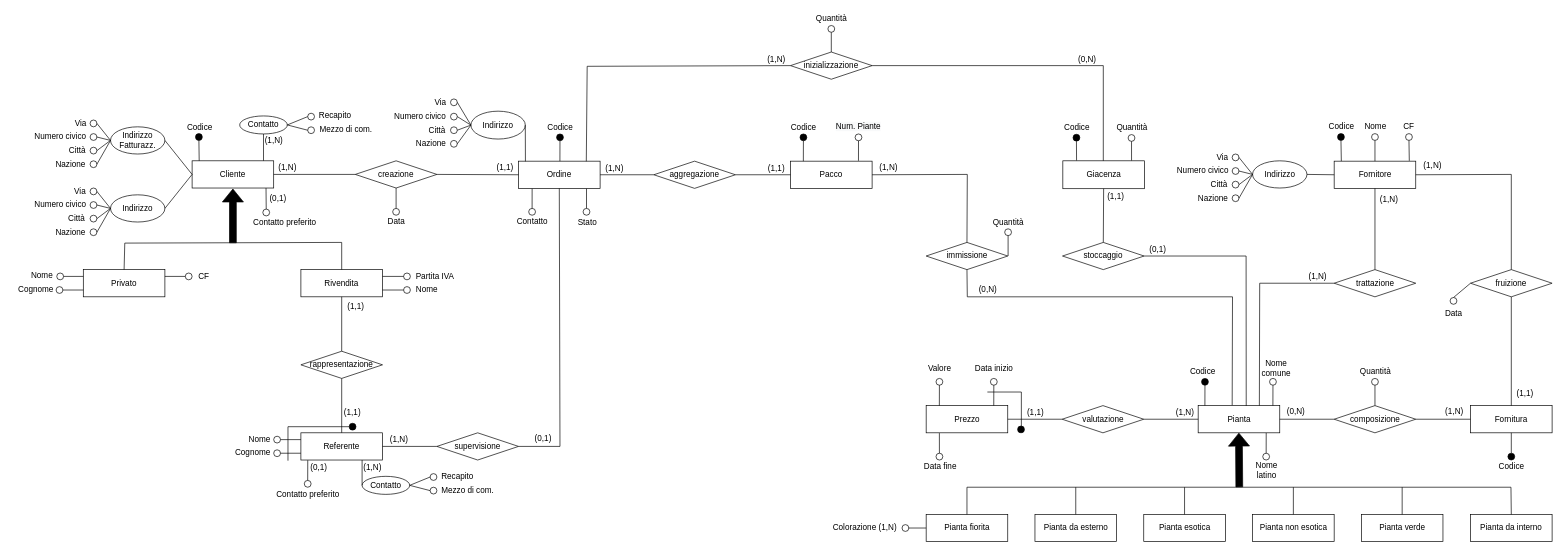
Above: ER-diagrams/ER-master.drawio in nic-agos/Verde-S.R.L (draw.io), before the change. Source tidied: cells renumbered, new cells numbered last; positions are measured from the earlier drawing's top-left corner, leaving out a move shared by most shapes. Both pictures are drawn from the tidied source at 68%, with x=0, y=0 at pixel (12, 12).
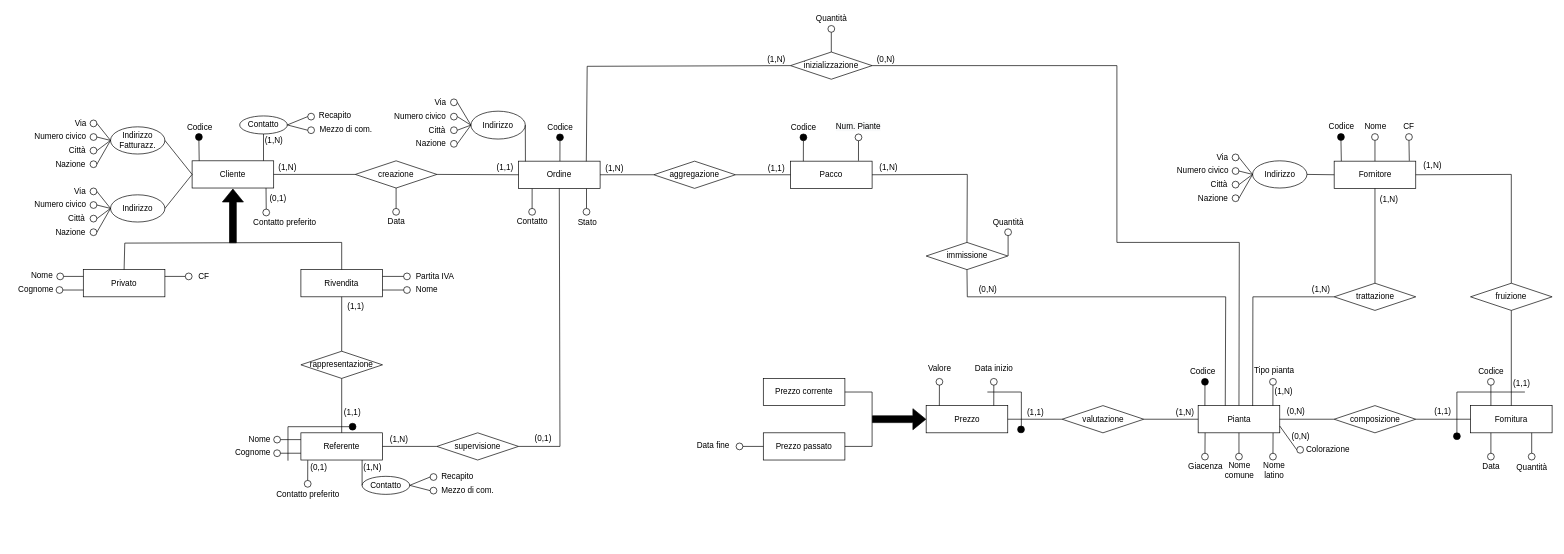
After the change.

The change refers to these unchanged cells:
```xml
<mxCell id="90" value="immissione" style="rhombus;whiteSpace=wrap;html=1;" parent="1" vertex="1">
  <mxGeometry x="1344.5" y="339" width="120" height="40" as="geometry" />
</mxCell>
<mxCell id="98" value="inizializzazione" style="rhombus;whiteSpace=wrap;html=1;" parent="1" vertex="1">
  <mxGeometry x="1145" y="59" width="120" height="40" as="geometry" />
</mxCell>
<mxCell id="136" value="Pianta" style="rounded=0;whiteSpace=wrap;html=1;strokeWidth=1;perimeterSpacing=0;" parent="1" vertex="1">
  <mxGeometry x="1744.5" y="579" width="120" height="40" as="geometry" />
</mxCell>
<mxCell id="158" value="Prezzo" style="rounded=0;whiteSpace=wrap;html=1;strokeWidth=1;perimeterSpacing=0;" parent="1" vertex="1">
  <mxGeometry x="1344.5" y="579" width="120" height="40" as="geometry" />
</mxCell>
<mxCell id="189" value="Fornitura" style="rounded=0;whiteSpace=wrap;html=1;strokeWidth=1;perimeterSpacing=0;" parent="1" vertex="1">
  <mxGeometry x="2145" y="579" width="120" height="40" as="geometry" />
</mxCell>
<mxCell id="191" value="composizione" style="rhombus;whiteSpace=wrap;html=1;" parent="1" vertex="1">
  <mxGeometry x="1944.5" y="579" width="120" height="40" as="geometry" />
</mxCell>
```

The edit, as a diff of the source:
```diff
@@
-    <mxCell id="92" style="endArrow=none;html=1;rounded=0;exitX=0.5;exitY=1;exitDx=0;exitDy=0;entryX=0.417;entryY=-0.008;entryDx=0;entryDy=0;entryPerimeter=0;" parent="1" edge="1" source="90" target="136">
+    <mxCell id="92" style="endArrow=none;html=1;rounded=0;exitX=0.5;exitY=1;exitDx=0;exitDy=0;entryX=0.332;entryY=0.029;entryDx=0;entryDy=0;entryPerimeter=0;" parent="1" edge="1" source="90" target="136">
       <mxGeometry relative="1" as="geometry">
         <Array as="points">
           <mxPoint x="1405" y="419" />
-          <mxPoint x="1795" y="419" />
+          <mxPoint x="1785" y="419" />
         </Array>
       </mxGeometry>
     </mxCell>
@@
-    <mxCell id="113" style="endArrow=none;html=1;rounded=0;exitX=1;exitY=0.5;exitDx=0;exitDy=0;entryX=0.5;entryY=0;entryDx=0;entryDy=0;" parent="1" edge="1" source="98">
+    <mxCell id="113" style="endArrow=none;html=1;rounded=0;exitX=1;exitY=0.5;exitDx=0;exitDy=0;entryX=0.5;entryY=0;entryDx=0;entryDy=0;" parent="1" edge="1" source="98" target="136">
       <mxGeometry relative="1" as="geometry">
-        <mxPoint x="1605" y="219.5" as="targetPoint" />
         <Array as="points">
-          <mxPoint x="1605" y="79" />
+          <mxPoint x="1625" y="79" />
+          <mxPoint x="1625" y="339" />
+          <mxPoint x="1805" y="339" />
         </Array>
       </mxGeometry>
     </mxCell>
@@
     <mxCell id="130" value="(0,N)" style="text;html=1;align=center;verticalAlign=middle;strokeColor=none;fillColor=none;" parent="1" vertex="1">
-      <mxGeometry x="1560.5" y="60" width="40" height="20" as="geometry" />
+      <mxGeometry x="1265" y="60" width="40" height="20" as="geometry" />
     </mxCell>
@@
-    <mxCell id="133" value="Pianta da interno" style="rounded=0;whiteSpace=wrap;html=1;strokeWidth=1;perimeterSpacing=0;" parent="1" vertex="1">
-      <mxGeometry x="2145" y="739" width="120" height="40" as="geometry" />
-    </mxCell>
-    <mxCell id="134" value="Pianta da esterno" style="rounded=0;whiteSpace=wrap;html=1;strokeWidth=1;perimeterSpacing=0;" parent="1" vertex="1">
-      <mxGeometry x="1504.5" y="739" width="120" height="40" as="geometry" />
-    </mxCell>
-    <mxCell id="135" value="Pianta esotica" style="rounded=0;whiteSpace=wrap;html=1;strokeWidth=1;perimeterSpacing=0;" parent="1" vertex="1">
-      <mxGeometry x="1664.5" y="739" width="120" height="40" as="geometry" />
-    </mxCell>
@@
-    <mxCell id="137" value="Pianta non esotica" style="rounded=0;whiteSpace=wrap;html=1;strokeWidth=1;perimeterSpacing=0;" parent="1" vertex="1">
-      <mxGeometry x="1824.5" y="739" width="120" height="40" as="geometry" />
-    </mxCell>
-    <mxCell id="138" value="Pianta verde" style="rounded=0;whiteSpace=wrap;html=1;strokeWidth=1;perimeterSpacing=0;" parent="1" vertex="1">
-      <mxGeometry x="1984.5" y="739" width="120" height="40" as="geometry" />
-    </mxCell>
-    <mxCell id="139" value="Pianta fiorita" style="rounded=0;whiteSpace=wrap;html=1;strokeWidth=1;perimeterSpacing=0;" parent="1" vertex="1">
-      <mxGeometry x="1344.5" y="739" width="120" height="40" as="geometry" />
-    </mxCell>
-    <mxCell id="140" style="endArrow=none;html=1;rounded=0;" parent="1" edge="1">
-      <mxGeometry relative="1" as="geometry">
-        <mxPoint x="1404.5" y="699" as="sourcePoint" />
-        <mxPoint x="2204.5" y="699" as="targetPoint" />
-      </mxGeometry>
-    </mxCell>
-    <mxCell id="141" style="endArrow=none;html=1;rounded=0;exitX=0.5;exitY=0;exitDx=0;exitDy=0;" parent="1" edge="1" source="133">
-      <mxGeometry relative="1" as="geometry">
-        <mxPoint x="2204.5" y="699" as="targetPoint" />
-      </mxGeometry>
-    </mxCell>
-    <mxCell id="142" style="endArrow=none;html=1;rounded=0;exitX=0.5;exitY=0;exitDx=0;exitDy=0;" parent="1" edge="1" source="138">
-      <mxGeometry relative="1" as="geometry">
-        <mxPoint x="2044.5" y="699" as="targetPoint" />
-      </mxGeometry>
-    </mxCell>
-    <mxCell id="143" style="endArrow=none;html=1;rounded=0;exitX=0.5;exitY=0;exitDx=0;exitDy=0;" parent="1" edge="1" source="137">
-      <mxGeometry relative="1" as="geometry">
-        <mxPoint x="1884.5" y="699" as="targetPoint" />
-      </mxGeometry>
-    </mxCell>
-    <mxCell id="144" style="endArrow=none;html=1;rounded=0;exitX=0.5;exitY=0;exitDx=0;exitDy=0;" parent="1" edge="1" source="135">
-      <mxGeometry relative="1" as="geometry">
-        <mxPoint x="1724.5" y="699" as="targetPoint" />
-      </mxGeometry>
-    </mxCell>
-    <mxCell id="145" style="endArrow=none;html=1;rounded=0;exitX=0.5;exitY=0;exitDx=0;exitDy=0;" parent="1" edge="1" source="134">
-      <mxGeometry relative="1" as="geometry">
-        <mxPoint x="1564.5" y="699" as="targetPoint" />
-      </mxGeometry>
-    </mxCell>
-    <mxCell id="146" style="endArrow=none;html=1;rounded=0;exitX=0.5;exitY=0;exitDx=0;exitDy=0;" parent="1" edge="1" source="139">
-      <mxGeometry relative="1" as="geometry">
-        <mxPoint x="1404.5" y="699" as="targetPoint" />
-      </mxGeometry>
-    </mxCell>
-    <mxCell id="147" style="shape=flexArrow;endArrow=classic;html=1;rounded=0;fillColor=#000000;" parent="1" edge="1">
+    <mxCell id="147" style="shape=flexArrow;endArrow=classic;html=1;rounded=0;fillColor=#000000;entryX=0;entryY=0.5;entryDx=0;entryDy=0;" parent="1" edge="1" target="158">
       <mxGeometry relative="1" as="geometry">
-        <mxPoint x="1805" y="699" as="sourcePoint" />
-        <mxPoint x="1804.4" y="619" as="targetPoint" />
+        <mxPoint x="1265" y="599" as="sourcePoint" />
       </mxGeometry>
     </mxCell>
@@
     <mxCell id="151" value="Nome &lt;br&gt;latino" style="text;html=1;align=center;verticalAlign=middle;strokeColor=none;fillColor=none;" parent="1" vertex="1">
-      <mxGeometry x="1819.5" y="659" width="50" height="30" as="geometry" />
+      <mxGeometry x="1830.5" y="659" width="50" height="30" as="geometry" />
     </mxCell>
@@
     <mxCell id="154" value="Nome &lt;br&gt;comune" style="text;html=1;align=center;verticalAlign=middle;strokeColor=none;fillColor=none;" parent="1" vertex="1">
-      <mxGeometry x="1828.5" y="509" width="60" height="30" as="geometry" />
+      <mxGeometry x="1775" y="659" width="60" height="30" as="geometry" />
     </mxCell>
-    <mxCell id="155" style="endArrow=none;html=1;rounded=0;fillColor=#000000;exitX=0;exitY=0.5;exitDx=0;exitDy=0;entryX=1;entryY=0.5;entryDx=0;entryDy=0;" parent="1" edge="1" source="139" target="156">
-      <mxGeometry relative="1" as="geometry" />
-    </mxCell>
-    <mxCell id="156" style="ellipse;whiteSpace=wrap;html=1;strokeWidth=1;fillColor=none;" parent="1" vertex="1">
-      <mxGeometry x="1309" y="754" width="10" height="10" as="geometry" />
-    </mxCell>
-    <mxCell id="157" value="Colorazione (1,N)" style="text;html=1;align=center;verticalAlign=middle;strokeColor=none;fillColor=none;" parent="1" vertex="1">
-      <mxGeometry x="1199" y="748" width="110" height="20" as="geometry" />
-    </mxCell>
@@
     <mxCell id="190" value="fruizione" style="rhombus;whiteSpace=wrap;html=1;" parent="1" vertex="1">
-      <mxGeometry x="2145" y="379" width="120" height="40" as="geometry" />
+      <mxGeometry x="2145" y="399" width="120" height="40" as="geometry" />
     </mxCell>
@@
     <mxCell id="192" value="trattazione" style="rhombus;whiteSpace=wrap;html=1;" parent="1" vertex="1">
-      <mxGeometry x="1944.5" y="379" width="120" height="40" as="geometry" />
+      <mxGeometry x="1944.5" y="399" width="120" height="40" as="geometry" />
     </mxCell>
-    <mxCell id="193" style="ellipse;whiteSpace=wrap;html=1;strokeWidth=1;fillColor=none;" parent="1" vertex="1">
-      <mxGeometry x="1839.5" y="649" width="10" height="10" as="geometry" />
-    </mxCell>
-    <mxCell id="194" style="endArrow=none;html=1;rounded=0;exitX=0.5;exitY=0;exitDx=0;exitDy=0;entryX=0.834;entryY=1.004;entryDx=0;entryDy=0;entryPerimeter=0;" parent="1" edge="1" source="193" target="136">
-      <mxGeometry relative="1" as="geometry" />
-    </mxCell>
@@
-    <mxCell id="200" style="endArrow=none;html=1;rounded=0;entryX=0;entryY=0.5;entryDx=0;entryDy=0;exitX=0.75;exitY=0;exitDx=0;exitDy=0;" parent="1" edge="1" source="136" target="192">
+    <mxCell id="200" style="endArrow=none;html=1;rounded=0;entryX=0;entryY=0.5;entryDx=0;entryDy=0;exitX=0.668;exitY=0.012;exitDx=0;exitDy=0;exitPerimeter=0;" parent="1" edge="1" source="136" target="192">
       <mxGeometry relative="1" as="geometry">
         <Array as="points">
-          <mxPoint x="1835" y="399" />
+          <mxPoint x="1825" y="419" />
         </Array>
       </mxGeometry>
     </mxCell>
@@
     <mxCell id="216" value="(1,N)" style="text;html=1;align=center;verticalAlign=middle;strokeColor=none;fillColor=none;" parent="1" vertex="1">
-      <mxGeometry x="1900" y="379" width="40" height="20" as="geometry" />
+      <mxGeometry x="1904.5" y="399" width="40" height="20" as="geometry" />
     </mxCell>
@@
     <mxCell id="218" value="(1,1)" style="text;html=1;align=center;verticalAlign=middle;strokeColor=none;fillColor=none;" parent="1" vertex="1">
-      <mxGeometry x="2205" y="552" width="40" height="20" as="geometry" />
+      <mxGeometry x="2200" y="537" width="40" height="20" as="geometry" />
     </mxCell>
-    <mxCell id="219" value="(1,N)" style="text;html=1;align=center;verticalAlign=middle;strokeColor=none;fillColor=none;" parent="1" vertex="1">
-      <mxGeometry x="2101" y="578" width="40" height="20" as="geometry" />
+    <mxCell id="219" value="(1,1)" style="text;html=1;align=center;verticalAlign=middle;strokeColor=none;fillColor=none;" parent="1" vertex="1">
+      <mxGeometry x="2084" y="578" width="40" height="20" as="geometry" />
     </mxCell>
@@
-    <mxCell id="221" style="ellipse;whiteSpace=wrap;html=1;strokeWidth=1;fillColor=none;" parent="1" vertex="1">
-      <mxGeometry x="2115" y="420" width="10" height="10" as="geometry" />
-    </mxCell>
-    <mxCell id="222" style="endArrow=none;html=1;rounded=0;entryX=0;entryY=0.5;entryDx=0;entryDy=0;exitX=0.5;exitY=0;exitDx=0;exitDy=0;" parent="1" edge="1" source="221" target="190">
-      <mxGeometry relative="1" as="geometry" />
-    </mxCell>
-    <mxCell id="223" value="Data" style="text;html=1;align=center;verticalAlign=middle;strokeColor=none;fillColor=none;" parent="1" vertex="1">
-      <mxGeometry x="2100" y="434" width="40" height="20" as="geometry" />
-    </mxCell>
-    <mxCell id="224" style="ellipse;whiteSpace=wrap;html=1;strokeWidth=1;fillColor=none;" parent="1" vertex="1">
-      <mxGeometry x="1999.5" y="539" width="10" height="10" as="geometry" />
-    </mxCell>
-    <mxCell id="225" style="endArrow=none;html=1;rounded=0;exitX=0.5;exitY=0;exitDx=0;exitDy=0;entryX=0.5;entryY=1;entryDx=0;entryDy=0;" parent="1" edge="1" source="191" target="224">
-      <mxGeometry relative="1" as="geometry" />
-    </mxCell>
-    <mxCell id="226" value="Quantità" style="text;html=1;align=center;verticalAlign=middle;strokeColor=none;fillColor=none;" parent="1" vertex="1">
-      <mxGeometry x="1974.5" y="519" width="60" height="20" as="geometry" />
-    </mxCell>
-    <mxCell id="227" style="ellipse;whiteSpace=wrap;html=1;strokeWidth=1;fillColor=#000000;" parent="1" vertex="1">
-      <mxGeometry x="2200" y="649" width="10" height="10" as="geometry" />
-    </mxCell>
-    <mxCell id="228" style="endArrow=none;html=1;rounded=0;entryX=0.5;entryY=1;entryDx=0;entryDy=0;exitX=0.5;exitY=0;exitDx=0;exitDy=0;" parent="1" edge="1" source="227" target="189">
-      <mxGeometry relative="1" as="geometry" />
-    </mxCell>
-    <mxCell id="229" value="Codice" style="text;html=1;align=center;verticalAlign=middle;strokeColor=none;fillColor=none;" parent="1" vertex="1">
-      <mxGeometry x="2180" y="658" width="50" height="20" as="geometry" />
-    </mxCell>
-    <mxCell id="230" value="stoccaggio" style="rhombus;whiteSpace=wrap;html=1;" parent="1" vertex="1">
-      <mxGeometry x="1545" y="339" width="120" height="40" as="geometry" />
-    </mxCell>
-    <mxCell id="231" value="Giacenza" style="rounded=0;whiteSpace=wrap;html=1;strokeWidth=1;perimeterSpacing=0;" parent="1" vertex="1">
-      <mxGeometry x="1545.5" y="219" width="120" height="41" as="geometry" />
-    </mxCell>
-    <mxCell id="232" style="endArrow=none;html=1;rounded=0;fillColor=#000000;exitX=0.5;exitY=1;exitDx=0;exitDy=0;entryX=0.168;entryY=-0.011;entryDx=0;entryDy=0;entryPerimeter=0;" parent="1" edge="1" source="233" target="231">
-      <mxGeometry relative="1" as="geometry" />
-    </mxCell>
-    <mxCell id="233" style="ellipse;whiteSpace=wrap;html=1;strokeWidth=1;fillColor=#000000;" parent="1" vertex="1">
-      <mxGeometry x="1560.5" y="180" width="10" height="10" as="geometry" />
-    </mxCell>
-    <mxCell id="234" value="Codice" style="text;html=1;align=center;verticalAlign=middle;strokeColor=none;fillColor=none;" parent="1" vertex="1">
-      <mxGeometry x="1540.5" y="160" width="50" height="20" as="geometry" />
-    </mxCell>
-    <mxCell id="235" style="endArrow=none;html=1;rounded=0;fillColor=#000000;exitX=0.5;exitY=1;exitDx=0;exitDy=0;entryX=0.842;entryY=-0.009;entryDx=0;entryDy=0;entryPerimeter=0;" parent="1" edge="1" source="236" target="231">
-      <mxGeometry relative="1" as="geometry" />
-    </mxCell>
-    <mxCell id="236" style="ellipse;whiteSpace=wrap;html=1;strokeWidth=1;fillColor=none;" parent="1" vertex="1">
-      <mxGeometry x="1641.5" y="180.4" width="10" height="10" as="geometry" />
-    </mxCell>
-    <mxCell id="237" value="Quantità" style="text;html=1;align=center;verticalAlign=middle;strokeColor=none;fillColor=none;" parent="1" vertex="1">
-      <mxGeometry x="1616.5" y="160.4" width="60" height="20" as="geometry" />
-    </mxCell>
-    <mxCell id="238" style="endArrow=none;html=1;rounded=0;entryX=0.5;entryY=1;entryDx=0;entryDy=0;exitX=0.5;exitY=0;exitDx=0;exitDy=0;" parent="1" edge="1" source="230" target="231">
-      <mxGeometry relative="1" as="geometry" />
-    </mxCell>
-    <mxCell id="239" style="endArrow=none;html=1;rounded=0;entryX=0.589;entryY=0.008;entryDx=0;entryDy=0;exitX=1;exitY=0.5;exitDx=0;exitDy=0;entryPerimeter=0;" parent="1" edge="1" source="230" target="136">
-      <mxGeometry relative="1" as="geometry">
-        <Array as="points">
-          <mxPoint x="1815" y="359" />
-        </Array>
-      </mxGeometry>
-    </mxCell>
-    <mxCell id="240" value="(0,1)" style="text;html=1;align=center;verticalAlign=middle;strokeColor=none;fillColor=none;" parent="1" vertex="1">
-      <mxGeometry x="1665" y="339" width="40" height="20" as="geometry" />
-    </mxCell>
-    <mxCell id="241" value="(1,1)" style="text;html=1;align=center;verticalAlign=middle;strokeColor=none;fillColor=none;" parent="1" vertex="1">
-      <mxGeometry x="1603" y="262" width="40" height="20" as="geometry" />
-    </mxCell>
-    <mxCell id="242" style="ellipse;whiteSpace=wrap;html=1;strokeWidth=1;fillColor=none;" parent="1" vertex="1">
-      <mxGeometry x="1359" y="649" width="10" height="10" as="geometry" />
-    </mxCell>
-    <mxCell id="243" style="endArrow=none;html=1;rounded=0;exitX=0.5;exitY=0;exitDx=0;exitDy=0;entryX=0.162;entryY=1.011;entryDx=0;entryDy=0;entryPerimeter=0;" parent="1" edge="1" source="242" target="158">
-      <mxGeometry relative="1" as="geometry" />
-    </mxCell>
-    <mxCell id="244" value="Data fine" style="text;html=1;align=center;verticalAlign=middle;strokeColor=none;fillColor=none;" parent="1" vertex="1">
-      <mxGeometry x="1335" y="659" width="60" height="20" as="geometry" />
-    </mxCell>
@@
+    <mxCell id="265" value="Prezzo passato" style="rounded=0;whiteSpace=wrap;html=1;strokeWidth=1;perimeterSpacing=0;" parent="1" vertex="1">
+      <mxGeometry x="1105" y="619" width="120" height="40" as="geometry" />
+    </mxCell>
+    <mxCell id="266" value="Prezzo corrente" style="rounded=0;whiteSpace=wrap;html=1;strokeWidth=1;perimeterSpacing=0;" parent="1" vertex="1">
+      <mxGeometry x="1105" y="539" width="120" height="40" as="geometry" />
+    </mxCell>
+    <mxCell id="267" style="ellipse;whiteSpace=wrap;html=1;strokeWidth=1;fillColor=none;" parent="1" vertex="1">
+      <mxGeometry x="1065" y="634" width="10" height="10" as="geometry" />
+    </mxCell>
+    <mxCell id="268" style="endArrow=none;html=1;rounded=0;exitX=1;exitY=0.5;exitDx=0;exitDy=0;entryX=0;entryY=0.5;entryDx=0;entryDy=0;" parent="1" edge="1" source="267" target="265">
+      <mxGeometry relative="1" as="geometry" />
+    </mxCell>
+    <mxCell id="244" value="Data fine" style="text;html=1;align=center;verticalAlign=middle;strokeColor=none;fillColor=none;" parent="1" vertex="1">
+      <mxGeometry x="1001" y="628" width="60" height="20" as="geometry" />
+    </mxCell>
+    <mxCell id="269" style="ellipse;whiteSpace=wrap;html=1;strokeWidth=1;fillColor=none;" parent="1" vertex="1">
+      <mxGeometry x="1889.5" y="639" width="10" height="10" as="geometry" />
+    </mxCell>
+    <mxCell id="270" style="endArrow=none;html=1;rounded=0;entryX=0;entryY=0.5;entryDx=0;entryDy=0;exitX=1;exitY=0.75;exitDx=0;exitDy=0;" parent="1" edge="1" source="136" target="269">
+      <mxGeometry relative="1" as="geometry" />
+    </mxCell>
+    <mxCell id="271" value="Tipo pianta" style="text;html=1;align=center;verticalAlign=middle;strokeColor=none;fillColor=none;" parent="1" vertex="1">
+      <mxGeometry x="1820.5" y="517" width="70" height="20" as="geometry" />
+    </mxCell>
+    <mxCell id="272" value="(1,N)" style="text;html=1;align=center;verticalAlign=middle;strokeColor=none;fillColor=none;" parent="1" vertex="1">
+      <mxGeometry x="1849.5" y="549" width="40" height="20" as="geometry" />
+    </mxCell>
+    <mxCell id="273" value="Colorazione" style="text;html=1;align=center;verticalAlign=middle;strokeColor=none;fillColor=none;" parent="1" vertex="1">
+      <mxGeometry x="1894.5" y="634" width="80" height="20" as="geometry" />
+    </mxCell>
+    <mxCell id="274" value="(0,N)" style="text;html=1;align=center;verticalAlign=middle;strokeColor=none;fillColor=none;" parent="1" vertex="1">
+      <mxGeometry x="1874.5" y="614" width="40" height="20" as="geometry" />
+    </mxCell>
+    <mxCell id="231" value="Giacenza" style="text;html=1;align=center;verticalAlign=middle;points=[];strokeColor=none;fillColor=none;" parent="1" vertex="1">
+      <mxGeometry x="1719.5" y="659" width="70" height="20" as="geometry" />
+    </mxCell>
+    <mxCell id="275" style="ellipse;whiteSpace=wrap;html=1;strokeWidth=1;fillColor=none;" parent="1" vertex="1">
+      <mxGeometry x="1849.5" y="649" width="10" height="10" as="geometry" />
+    </mxCell>
+    <mxCell id="276" style="endArrow=none;html=1;rounded=0;exitX=0.5;exitY=0;exitDx=0;exitDy=0;entryX=0.918;entryY=1.005;entryDx=0;entryDy=0;entryPerimeter=0;" parent="1" edge="1" source="275" target="136">
+      <mxGeometry relative="1" as="geometry" />
+    </mxCell>
+    <mxCell id="277" style="endArrow=none;html=1;rounded=0;entryX=1;entryY=0.5;entryDx=0;entryDy=0;exitX=1;exitY=0.5;exitDx=0;exitDy=0;" parent="1" edge="1" source="265" target="266">
+      <mxGeometry relative="1" as="geometry">
+        <Array as="points">
+          <mxPoint x="1265" y="639" />
+          <mxPoint x="1265" y="559" />
+        </Array>
+      </mxGeometry>
+    </mxCell>
+    <mxCell id="278" style="ellipse;whiteSpace=wrap;html=1;strokeWidth=1;fillColor=none;" parent="1" vertex="1">
+      <mxGeometry x="1799.5" y="649" width="10" height="10" as="geometry" />
+    </mxCell>
+    <mxCell id="279" style="endArrow=none;html=1;rounded=0;entryX=0.5;entryY=1;entryDx=0;entryDy=0;exitX=0.5;exitY=0;exitDx=0;exitDy=0;" parent="1" edge="1" source="278" target="136">
+      <mxGeometry relative="1" as="geometry" />
+    </mxCell>
+    <mxCell id="280" style="ellipse;whiteSpace=wrap;html=1;strokeWidth=1;fillColor=none;" parent="1" vertex="1">
+      <mxGeometry x="1749.5" y="649" width="10" height="10" as="geometry" />
+    </mxCell>
+    <mxCell id="281" style="endArrow=none;html=1;rounded=0;exitX=0.5;exitY=0;exitDx=0;exitDy=0;entryX=0.085;entryY=1.002;entryDx=0;entryDy=0;entryPerimeter=0;" parent="1" edge="1" source="280" target="136">
+      <mxGeometry relative="1" as="geometry" />
+    </mxCell>
+    <mxCell id="223" value="Data" style="text;html=1;align=center;verticalAlign=middle;strokeColor=none;fillColor=none;" parent="1" vertex="1">
+      <mxGeometry x="2155" y="658" width="40" height="20" as="geometry" />
+    </mxCell>
+    <mxCell id="282" value="Quantità" style="text;html=1;align=center;verticalAlign=middle;strokeColor=none;fillColor=none;" parent="1" vertex="1">
+      <mxGeometry x="2205" y="660" width="60" height="20" as="geometry" />
+    </mxCell>
+    <mxCell id="283" style="ellipse;whiteSpace=wrap;html=1;strokeWidth=1;fillColor=none;" parent="1" vertex="1">
+      <mxGeometry x="2170" y="539" width="10" height="10" as="geometry" />
+    </mxCell>
+    <mxCell id="284" value="Codice" style="text;html=1;align=center;verticalAlign=middle;strokeColor=none;fillColor=none;" parent="1" vertex="1">
+      <mxGeometry x="2150" y="519" width="50" height="20" as="geometry" />
+    </mxCell>
+    <mxCell id="285" style="endArrow=none;html=1;rounded=0;entryX=0.25;entryY=0;entryDx=0;entryDy=0;exitX=0.5;exitY=1;exitDx=0;exitDy=0;" parent="1" edge="1" source="283" target="189">
+      <mxGeometry relative="1" as="geometry" />
+    </mxCell>
+    <mxCell id="286" style="endArrow=none;html=1;rounded=0;exitX=0.5;exitY=0;exitDx=0;exitDy=0;" parent="1" edge="1" source="287">
+      <mxGeometry relative="1" as="geometry">
+        <mxPoint x="2225" y="559" as="targetPoint" />
+        <Array as="points">
+          <mxPoint x="2125" y="559" />
+        </Array>
+      </mxGeometry>
+    </mxCell>
+    <mxCell id="287" style="ellipse;whiteSpace=wrap;html=1;strokeWidth=1;fillColor=#000000;" parent="1" vertex="1">
+      <mxGeometry x="2120" y="619" width="10" height="10" as="geometry" />
+    </mxCell>
+    <mxCell id="288" style="ellipse;whiteSpace=wrap;html=1;strokeWidth=1;fillColor=none;" parent="1" vertex="1">
+      <mxGeometry x="2230" y="649" width="10" height="10" as="geometry" />
+    </mxCell>
+    <mxCell id="289" style="endArrow=none;html=1;rounded=0;entryX=0.75;entryY=1;entryDx=0;entryDy=0;exitX=0.5;exitY=0;exitDx=0;exitDy=0;" parent="1" edge="1" source="288" target="189">
+      <mxGeometry relative="1" as="geometry" />
+    </mxCell>
+    <mxCell id="290" style="ellipse;whiteSpace=wrap;html=1;strokeWidth=1;fillColor=none;" parent="1" vertex="1">
+      <mxGeometry x="2170" y="649" width="10" height="10" as="geometry" />
+    </mxCell>
+    <mxCell id="291" style="endArrow=none;html=1;rounded=0;exitX=0.5;exitY=0;exitDx=0;exitDy=0;entryX=0.25;entryY=1;entryDx=0;entryDy=0;" parent="1" edge="1" source="290" target="189">
+      <mxGeometry relative="1" as="geometry" />
+    </mxCell>
```
